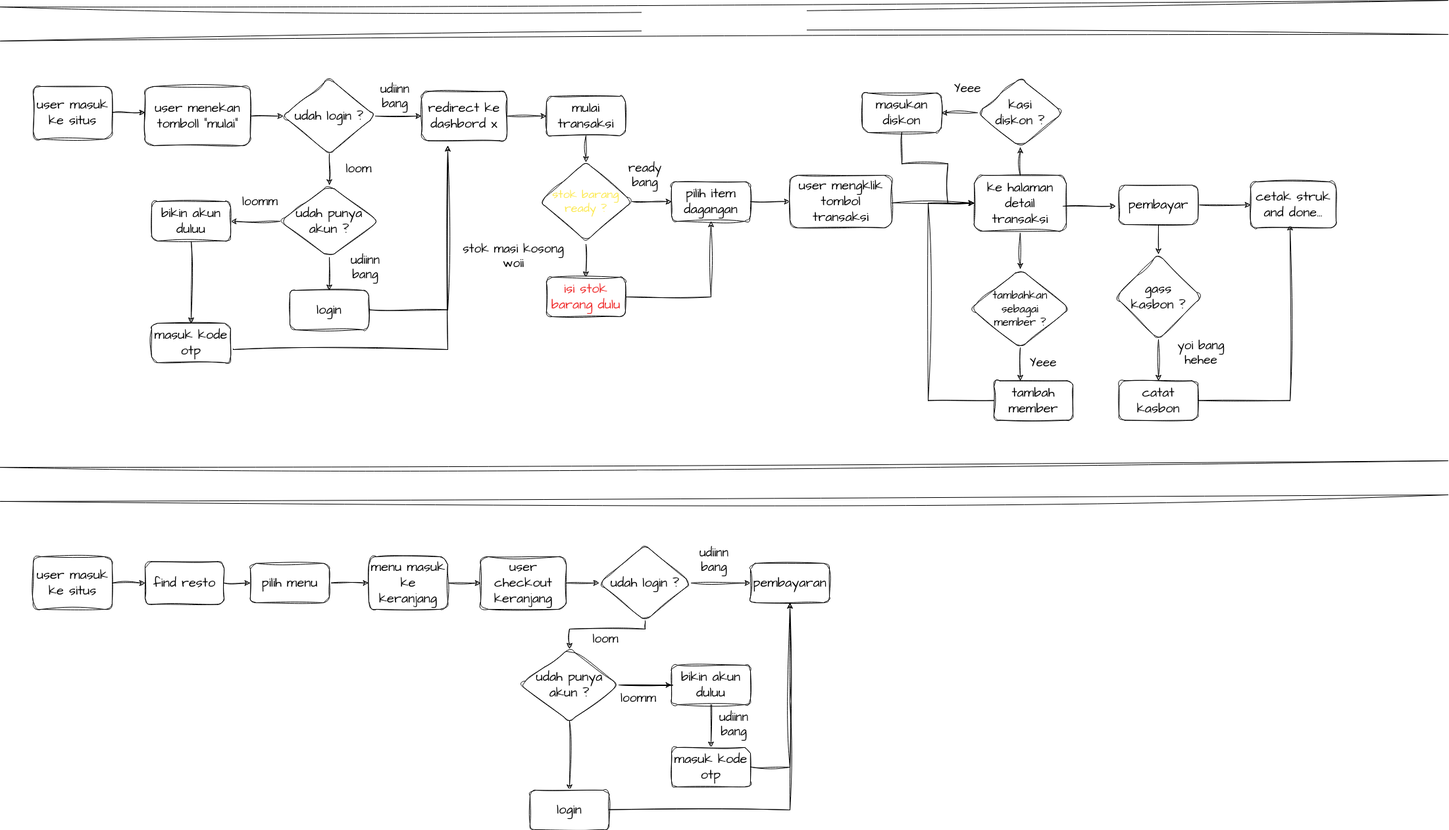
The draw.io diagram Untitled Diagram.drawio.png in Petrichor-Dev/mypos, before a commit. Source tidied: cells renumbered, new cells last; positions are measured from the earlier drawing's top-left corner, leaving out a move shared by most shapes.
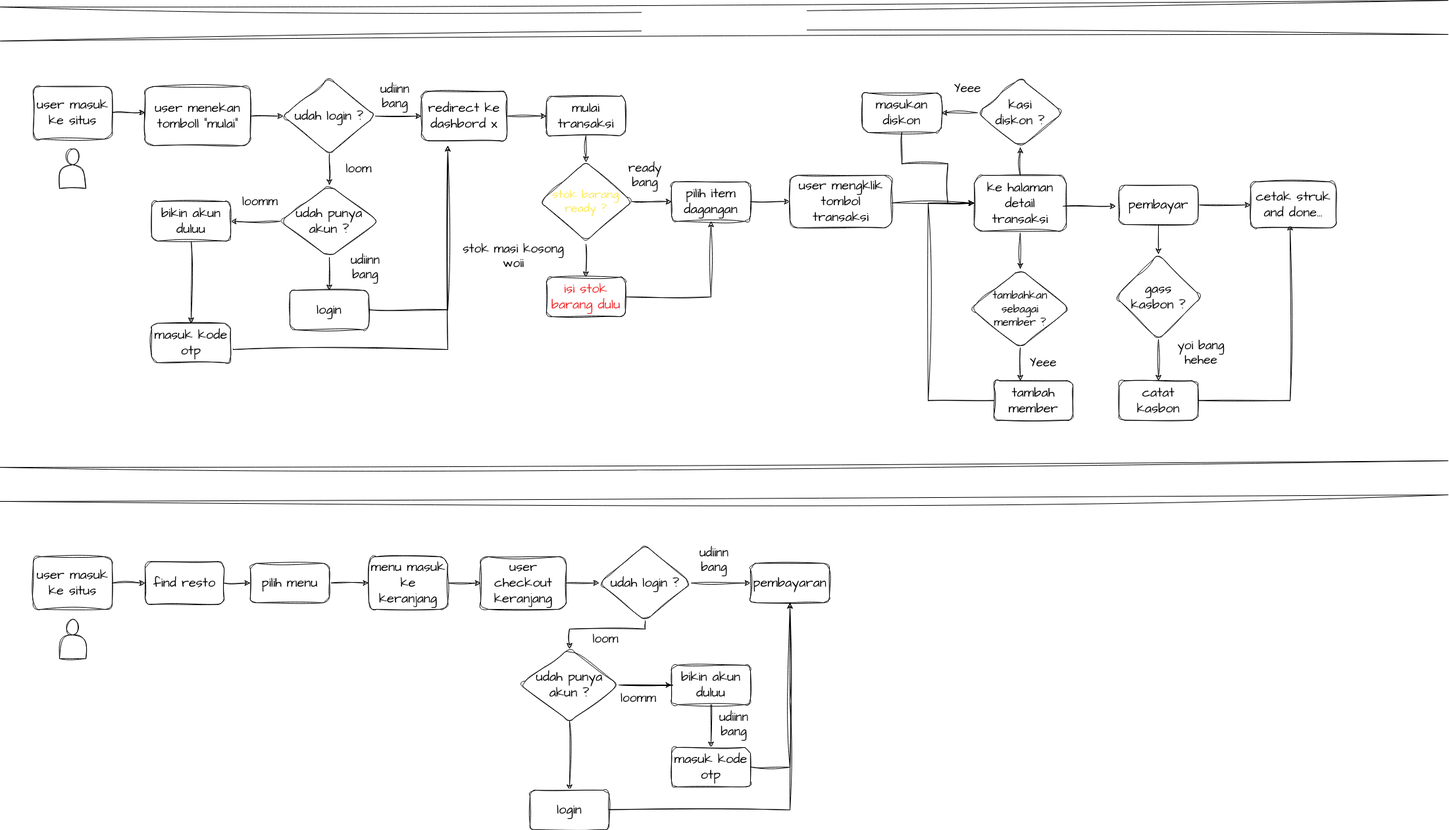
The same diagram one commit later.

What changed in the source:
```diff
@@ -345,5 +345,11 @@
         </Array>
       </mxGeometry>
     </mxCell>
+    <mxCell id="94" style="shape=actor;whiteSpace=wrap;html=1;sketch=1;hachureGap=4;jiggle=2;curveFitting=1;fontFamily=Architects Daughter;fontSource=https%3A%2F%2Ffonts.googleapis.com%2Fcss%3Ffamily%3DArchitects%2BDaughter;fontSize=20;" parent="1" vertex="1">
+      <mxGeometry x="90" y="200" width="40" height="60" as="geometry" />
+    </mxCell>
+    <mxCell id="95" style="shape=actor;whiteSpace=wrap;html=1;sketch=1;hachureGap=4;jiggle=2;curveFitting=1;fontFamily=Architects Daughter;fontSource=https%3A%2F%2Ffonts.googleapis.com%2Fcss%3Ffamily%3DArchitects%2BDaughter;fontSize=20;" parent="1" vertex="1">
+      <mxGeometry x="90" y="915" width="40" height="60" as="geometry" />
+    </mxCell>
   </root>
 </mxGraphModel>
```
